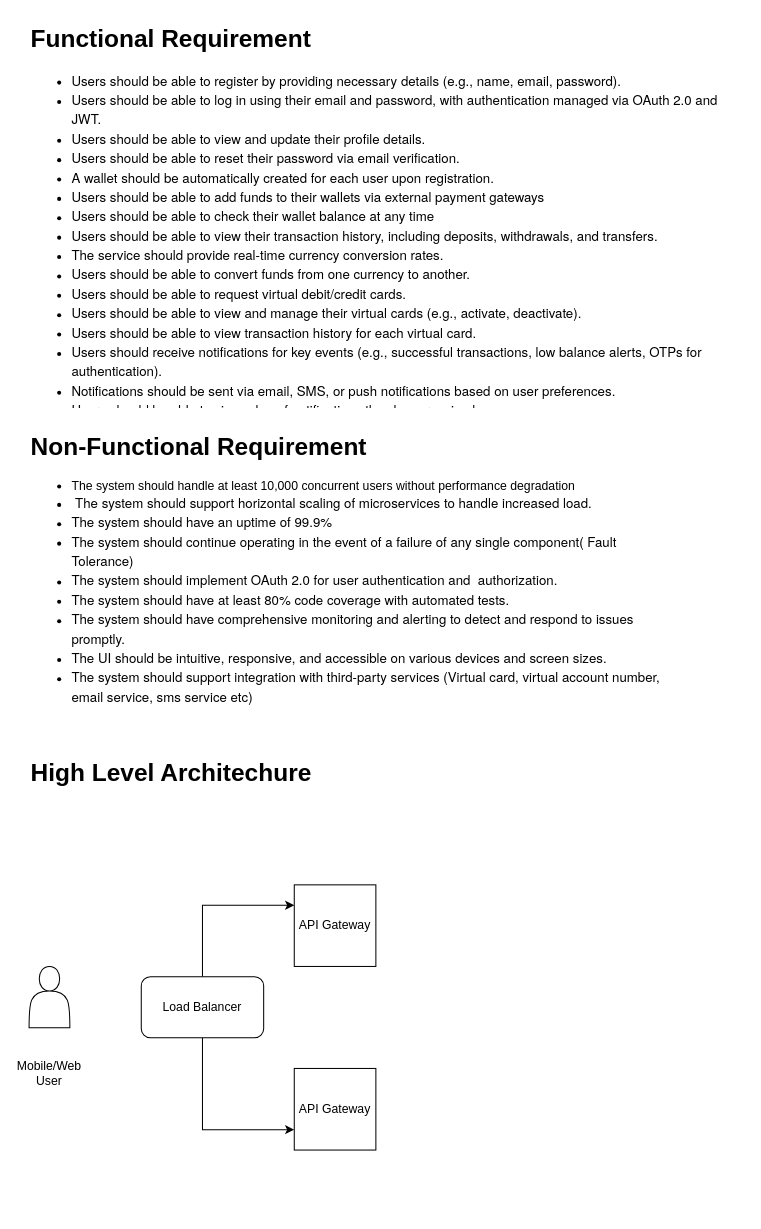
Before: Untitled Diagram.drawio in psalmsin1759/graphql-flutter, a draw.io diagram. Source tidied: cells renumbered, new cells numbered last; positions are measured from the earlier drawing's top-left corner, leaving out a move shared by most shapes. Both pictures are drawn from the tidied source at 102%, with x=0, y=0 at pixel (18, 17).
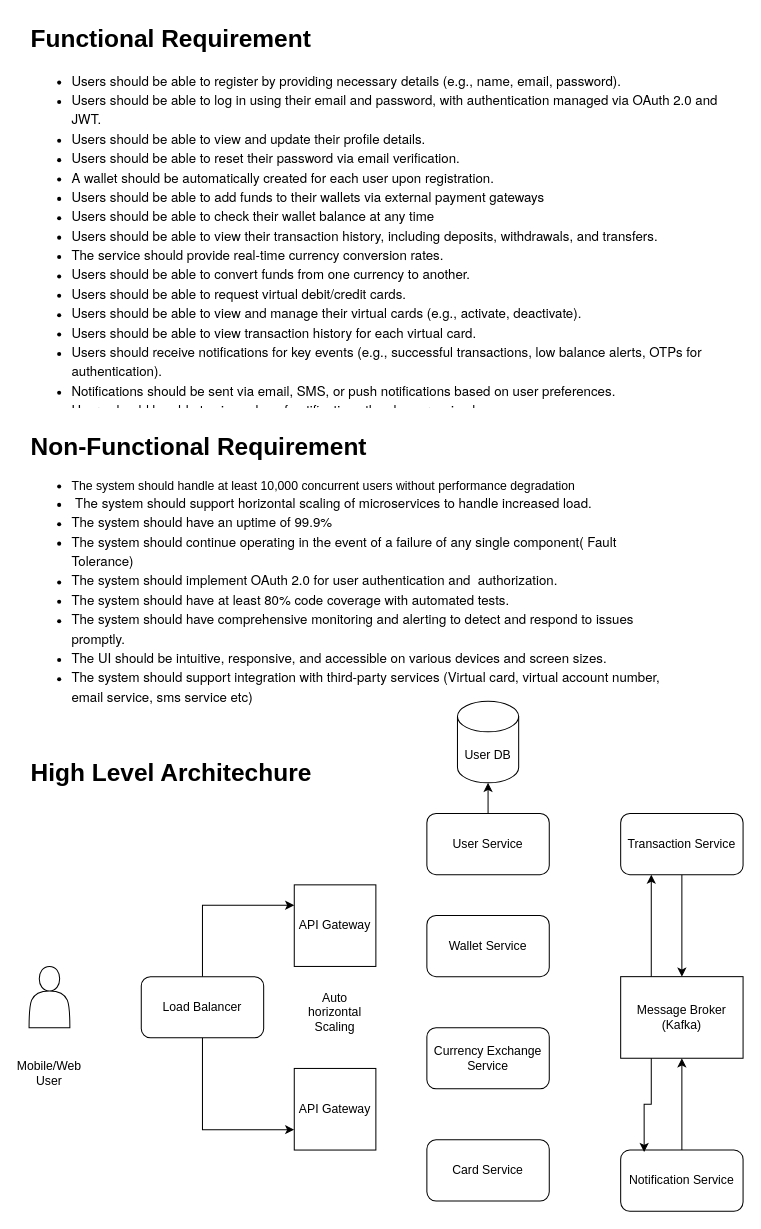
After the change.

Change to the diagram source:
```diff
@@
+    <mxCell id="12" value="User Service" style="rounded=1;whiteSpace=wrap;html=1;" parent="1" vertex="1">
+      <mxGeometry x="400" y="780" width="120" height="60" as="geometry" />
+    </mxCell>
+    <mxCell id="13" value="Wallet Service" style="rounded=1;whiteSpace=wrap;html=1;" parent="1" vertex="1">
+      <mxGeometry x="400" y="880" width="120" height="60" as="geometry" />
+    </mxCell>
+    <mxCell id="14" value="Currency Exchange Service" style="rounded=1;whiteSpace=wrap;html=1;" parent="1" vertex="1">
+      <mxGeometry x="400" y="990" width="120" height="60" as="geometry" />
+    </mxCell>
+    <mxCell id="15" value="Card Service" style="rounded=1;whiteSpace=wrap;html=1;" parent="1" vertex="1">
+      <mxGeometry x="400" y="1100" width="120" height="60" as="geometry" />
+    </mxCell>
+    <mxCell id="16" style="edgeStyle=orthogonalEdgeStyle;rounded=0;jettySize=auto;html=1;" parent="1" edge="1" source="17" target="19">
+      <mxGeometry relative="1" as="geometry" />
+    </mxCell>
+    <mxCell id="17" value="Notification Service" style="rounded=1;whiteSpace=wrap;html=1;" parent="1" vertex="1">
+      <mxGeometry x="590" y="1110" width="120" height="60" as="geometry" />
+    </mxCell>
+    <mxCell id="18" style="edgeStyle=orthogonalEdgeStyle;rounded=0;jettySize=auto;html=1;exitX=0.25;exitY=0;exitDx=0;exitDy=0;entryX=0.25;entryY=1;entryDx=0;entryDy=0;" parent="1" edge="1" source="19" target="21">
+      <mxGeometry relative="1" as="geometry" />
+    </mxCell>
+    <mxCell id="19" value="Message Broker (Kafka)" style="rounded=0;whiteSpace=wrap;html=1;" parent="1" vertex="1">
+      <mxGeometry x="590" y="940" width="120" height="80" as="geometry" />
+    </mxCell>
+    <mxCell id="20" style="edgeStyle=orthogonalEdgeStyle;rounded=0;jettySize=auto;html=1;exitX=0.5;exitY=1;exitDx=0;exitDy=0;" parent="1" edge="1" source="21" target="19">
+      <mxGeometry relative="1" as="geometry" />
+    </mxCell>
+    <mxCell id="21" value="Transaction Service" style="rounded=1;whiteSpace=wrap;html=1;" parent="1" vertex="1">
+      <mxGeometry x="590" y="780" width="120" height="60" as="geometry" />
+    </mxCell>
+    <mxCell id="22" value="Auto horizontal Scaling" style="text;html=1;align=center;verticalAlign=middle;whiteSpace=wrap;rounded=0;" parent="1" vertex="1">
+      <mxGeometry x="280" y="960" width="60" height="30" as="geometry" />
+    </mxCell>
+    <mxCell id="23" style="edgeStyle=orthogonalEdgeStyle;rounded=0;jettySize=auto;html=1;exitX=0.25;exitY=1;exitDx=0;exitDy=0;entryX=0.192;entryY=0.033;entryDx=0;entryDy=0;entryPerimeter=0;" parent="1" edge="1" source="19" target="17">
+      <mxGeometry relative="1" as="geometry" />
+    </mxCell>
+    <mxCell id="24" value="User DB" style="shape=cylinder3;whiteSpace=wrap;html=1;boundedLbl=1;backgroundOutline=1;size=15;" parent="1" vertex="1">
+      <mxGeometry x="430" y="670" width="60" height="80" as="geometry" />
+    </mxCell>
+    <mxCell id="25" style="edgeStyle=orthogonalEdgeStyle;rounded=0;jettySize=auto;html=1;exitX=0.5;exitY=0;exitDx=0;exitDy=0;entryX=0.5;entryY=1;entryDx=0;entryDy=0;entryPerimeter=0;" parent="1" edge="1" source="12" target="24">
+      <mxGeometry relative="1" as="geometry" />
+    </mxCell>
```
